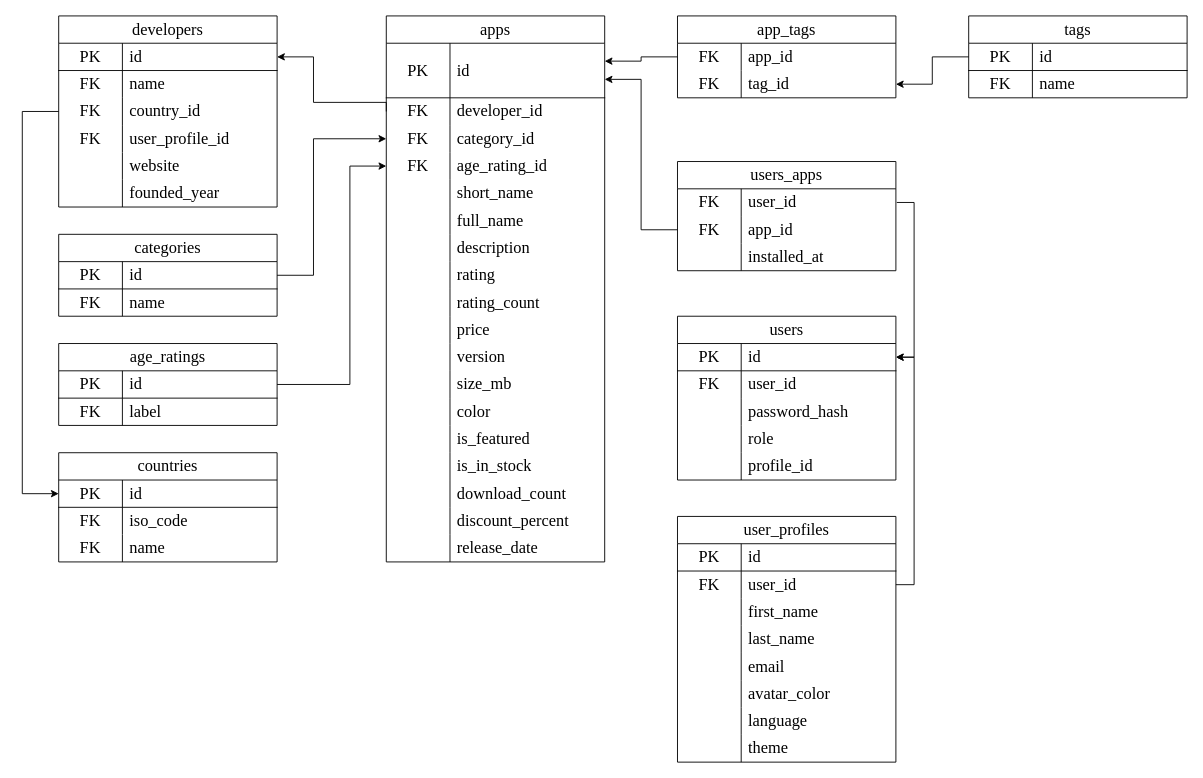
Earlier version of the draw.io diagram docs/UML/erd.drawio (martim-x/AppStore). Source tidied: cells renumbered, new cells numbered last; positions are measured from the earlier drawing's top-left corner, leaving out a move shared by most shapes. Both pictures are drawn from the tidied source at 91%, with x=0, y=0 at pixel (22, 15).
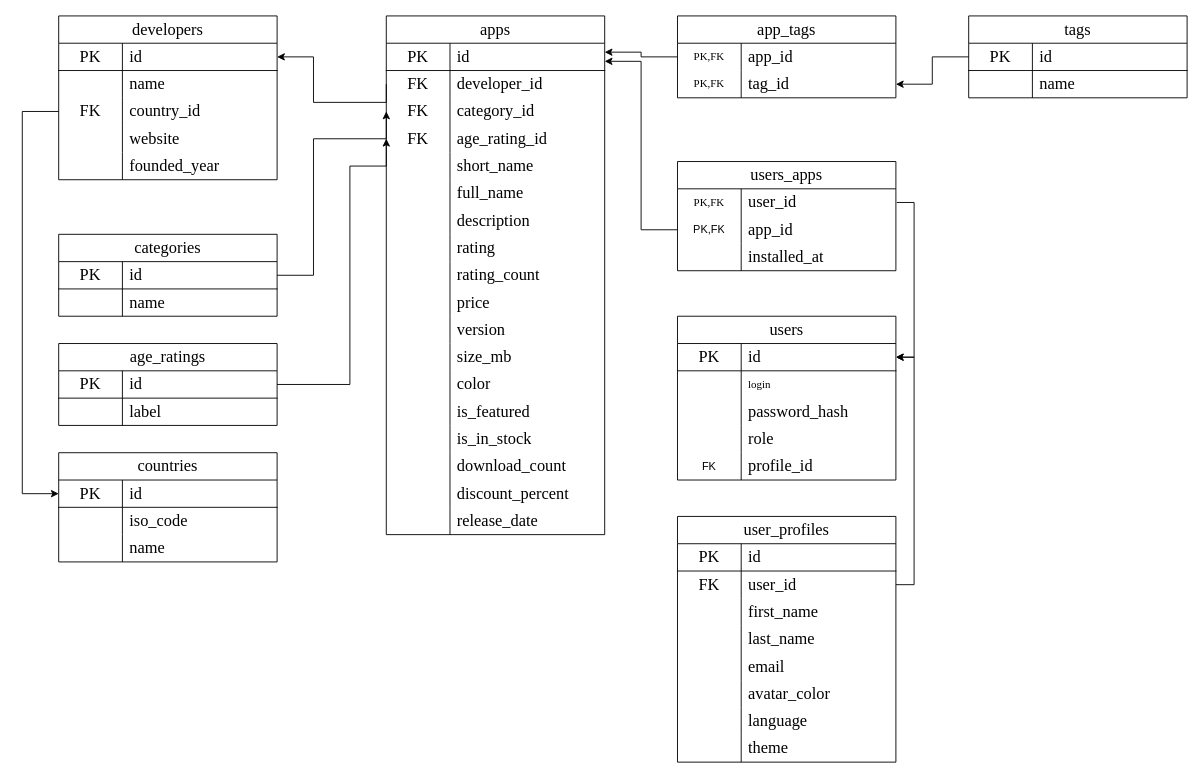
Above is the later version.

Commit message (it also covers changes not shown here):
docs(UML): разметка ключей в ERD и бабл «Управлять настройками»

Unchanged cells that the change refers to:
```xml
<mxCell id="31" style="shape=tableRow;horizontal=0;startSize=0;swimlaneHead=0;swimlaneBody=0;fillColor=none;top=0;left=0;right=0;bottom=0;html=1;" parent="27" vertex="1">
  <mxGeometry y="60" width="240" height="30" as="geometry" />
</mxCell>
<mxCell id="50" style="shape=tableRow;horizontal=0;startSize=0;swimlaneHead=0;swimlaneBody=0;fillColor=none;top=0;left=0;right=0;bottom=0;html=1;" parent="46" vertex="1">
  <mxGeometry y="60" width="240" height="30" as="geometry" />
</mxCell>
<mxCell id="53" style="shape=tableRow;horizontal=0;startSize=0;swimlaneHead=0;swimlaneBody=0;fillColor=none;top=0;left=0;right=0;bottom=0;html=1;" parent="46" vertex="1">
  <mxGeometry y="90" width="240" height="30" as="geometry" />
</mxCell>
<mxCell id="60" style="shape=tableRow;horizontal=0;startSize=0;swimlaneHead=0;swimlaneBody=0;fillColor=none;top=0;left=0;right=0;bottom=0;html=1;" parent="56" vertex="1">
  <mxGeometry y="60" width="240" height="30" as="geometry" />
</mxCell>
<mxCell id="67" style="shape=tableRow;horizontal=0;startSize=0;swimlaneHead=0;swimlaneBody=0;fillColor=none;top=0;left=0;right=0;bottom=0;html=1;" parent="63" vertex="1">
  <mxGeometry y="60" width="240" height="30" as="geometry" />
</mxCell>
<mxCell id="71" style="shape=tableRow;horizontal=0;startSize=0;swimlaneHead=0;swimlaneBody=0;fillColor=none;points=[[0,0.5],[1,0.5]];portConstraint=eastwest;top=0;left=0;right=0;bottom=0;html=1;" parent="70" vertex="1">
  <mxGeometry y="30" width="240" height="30" as="geometry" />
</mxCell>
<mxCell id="74" style="shape=tableRow;horizontal=0;startSize=0;swimlaneHead=0;swimlaneBody=0;fillColor=none;points=[[0,0.5],[1,0.5]];portConstraint=eastwest;top=0;left=0;right=0;bottom=0;html=1;" parent="70" vertex="1">
  <mxGeometry y="60" width="240" height="30" as="geometry" />
</mxCell>
<mxCell id="81" style="shape=tableRow;horizontal=0;startSize=0;swimlaneHead=0;swimlaneBody=0;fillColor=none;top=0;left=0;right=0;bottom=0;html=1;" parent="77" vertex="1">
  <mxGeometry y="60" width="240" height="30" as="geometry" />
</mxCell>
<mxCell id="90" style="shape=tableRow;horizontal=0;startSize=0;swimlaneHead=0;swimlaneBody=0;fillColor=none;top=0;left=0;right=0;bottom=0;html=1;" parent="77" vertex="1">
  <mxGeometry y="150" width="240" height="30" as="geometry" />
</mxCell>
<mxCell id="95" style="shape=tableRow;horizontal=0;startSize=0;swimlaneHead=0;swimlaneBody=0;fillColor=none;points=[[0,0.5],[1,0.5]];portConstraint=eastwest;top=0;left=0;right=0;bottom=0;html=1;strokeColor=inherit;perimeterSpacing=1;" parent="94" vertex="1">
  <mxGeometry y="30" width="240" height="30" as="geometry" />
</mxCell>
<mxCell id="98" style="shape=tableRow;horizontal=0;startSize=0;swimlaneHead=0;swimlaneBody=0;fillColor=none;points=[[0,0.5],[1,0.5]];portConstraint=eastwest;top=0;left=0;right=0;bottom=0;html=1;" parent="94" vertex="1">
  <mxGeometry y="60" width="240" height="30" as="geometry" />
</mxCell>
<mxCell id="108" style="shape=tableRow;horizontal=0;startSize=0;swimlaneHead=0;swimlaneBody=0;fillColor=none;top=0;left=0;right=0;bottom=0;html=1;" parent="104" vertex="1">
  <mxGeometry y="60" width="240" height="30" as="geometry" />
</mxCell>
```

What changed in the source:
```diff
@@
     <mxCell id="27" value="&lt;div style=&quot;text-align: left;&quot;&gt;&lt;span style=&quot;background-color: transparent; color: light-dark(#000000, var(--ge-light-color, #ffffff)); text-wrap-mode: nowrap;&quot;&gt;developers&lt;/span&gt;&lt;/div&gt;" style="shape=table;startSize=30;childLayout=tableLayout;rowLines=0;fontStyle=0;align=center;html=1;whiteSpace=wrap;fontFamily=Times New Roman;fontSize=18;" parent="1" vertex="1">
-      <mxGeometry x="40" width="240" height="210" as="geometry" />
+      <mxGeometry x="40" width="240" height="180" as="geometry" />
     </mxCell>
@@
-    <mxCell id="32" value="&lt;font style=&quot;font-size: 18px;&quot;&gt;FK&lt;/font&gt;" style="shape=partialRectangle;fillColor=none;top=0;left=0;bottom=0;right=0;overflow=hidden;html=1;whiteSpace=wrap;fontFamily=Times New Roman;" parent="31" vertex="1">
+    <mxCell id="32" style="shape=partialRectangle;fillColor=none;top=0;left=0;bottom=0;right=0;overflow=hidden;html=1;whiteSpace=wrap;fontFamily=Times New Roman;" parent="31" vertex="1">
       <mxGeometry width="70" height="30" as="geometry" />
     </mxCell>
@@
-    <mxCell id="37" style="shape=tableRow;horizontal=0;startSize=0;swimlaneHead=0;swimlaneBody=0;fillColor=none;top=0;left=0;right=0;bottom=0;html=1;" parent="27" vertex="1">
-      <mxGeometry y="120" width="240" height="30" as="geometry" />
-    </mxCell>
-    <mxCell id="38" value="&lt;font style=&quot;font-size: 18px;&quot;&gt;FK&lt;/font&gt;" style="shape=partialRectangle;fillColor=none;top=0;left=0;bottom=0;right=0;overflow=hidden;html=1;whiteSpace=wrap;fontFamily=Times New Roman;" parent="37" vertex="1">
-      <mxGeometry width="70" height="30" as="geometry" />
-    </mxCell>
-    <mxCell id="39" value="user_profile_id" style="shape=partialRectangle;fillColor=none;top=0;left=0;bottom=0;right=0;align=left;spacingLeft=6;overflow=hidden;html=1;whiteSpace=wrap;fontSize=18;fontFamily=Times New Roman;" parent="37" vertex="1">
-      <mxGeometry x="70" width="170" height="30" as="geometry" />
-    </mxCell>
     <mxCell id="40" style="shape=tableRow;horizontal=0;startSize=0;swimlaneHead=0;swimlaneBody=0;fillColor=none;top=0;left=0;right=0;bottom=0;html=1;" parent="27" vertex="1">
-      <mxGeometry y="150" width="240" height="30" as="geometry" />
+      <mxGeometry y="120" width="240" height="30" as="geometry" />
     </mxCell>
@@
     <mxCell id="43" style="shape=tableRow;horizontal=0;startSize=0;swimlaneHead=0;swimlaneBody=0;fillColor=none;top=0;left=0;right=0;bottom=0;html=1;" parent="27" vertex="1">
-      <mxGeometry y="180" width="240" height="30" as="geometry" />
+      <mxGeometry y="150" width="240" height="30" as="geometry" />
     </mxCell>
@@
-    <mxCell id="51" value="&lt;font style=&quot;font-size: 18px;&quot;&gt;FK&lt;/font&gt;" style="shape=partialRectangle;fillColor=none;top=0;left=0;bottom=0;right=0;overflow=hidden;html=1;whiteSpace=wrap;fontFamily=Times New Roman;" parent="50" vertex="1">
+    <mxCell id="51" style="shape=partialRectangle;fillColor=none;top=0;left=0;bottom=0;right=0;overflow=hidden;html=1;whiteSpace=wrap;fontFamily=Times New Roman;" parent="50" vertex="1">
       <mxGeometry width="70" height="30" as="geometry" />
     </mxCell>
@@
-    <mxCell id="54" value="&lt;font style=&quot;font-size: 18px;&quot;&gt;FK&lt;/font&gt;" style="shape=partialRectangle;fillColor=none;top=0;left=0;bottom=0;right=0;overflow=hidden;html=1;whiteSpace=wrap;fontFamily=Times New Roman;" parent="53" vertex="1">
+    <mxCell id="54" style="shape=partialRectangle;fillColor=none;top=0;left=0;bottom=0;right=0;overflow=hidden;html=1;whiteSpace=wrap;fontFamily=Times New Roman;" parent="53" vertex="1">
       <mxGeometry width="70" height="30" as="geometry" />
     </mxCell>
@@
-    <mxCell id="61" value="&lt;font style=&quot;font-size: 18px;&quot;&gt;FK&lt;/font&gt;" style="shape=partialRectangle;fillColor=none;top=0;left=0;bottom=0;right=0;overflow=hidden;html=1;whiteSpace=wrap;fontFamily=Times New Roman;" parent="60" vertex="1">
+    <mxCell id="61" style="shape=partialRectangle;fillColor=none;top=0;left=0;bottom=0;right=0;overflow=hidden;html=1;whiteSpace=wrap;fontFamily=Times New Roman;" parent="60" vertex="1">
       <mxGeometry width="70" height="30" as="geometry" />
     </mxCell>
@@
-    <mxCell id="68" value="&lt;font style=&quot;font-size: 18px;&quot;&gt;FK&lt;/font&gt;" style="shape=partialRectangle;fillColor=none;top=0;left=0;bottom=0;right=0;overflow=hidden;html=1;whiteSpace=wrap;fontFamily=Times New Roman;" parent="67" vertex="1">
+    <mxCell id="68" style="shape=partialRectangle;fillColor=none;top=0;left=0;bottom=0;right=0;overflow=hidden;html=1;whiteSpace=wrap;fontFamily=Times New Roman;" parent="67" vertex="1">
       <mxGeometry width="70" height="30" as="geometry" />
     </mxCell>
@@
-    <mxCell id="72" value="&lt;font style=&quot;font-size: 18px;&quot;&gt;FK&lt;/font&gt;" style="shape=partialRectangle;fillColor=none;top=0;left=0;bottom=0;right=0;overflow=hidden;html=1;whiteSpace=wrap;fontFamily=Times New Roman;" parent="71" vertex="1">
+    <mxCell id="72" value="PK,FK" style="shape=partialRectangle;fillColor=none;top=0;left=0;bottom=0;right=0;overflow=hidden;html=1;whiteSpace=wrap;fontFamily=Times New Roman;" parent="71" vertex="1">
       <mxGeometry width="70" height="30" as="geometry" />
     </mxCell>
@@
-    <mxCell id="75" value="&lt;font style=&quot;font-size: 18px;&quot;&gt;FK&lt;/font&gt;" style="shape=partialRectangle;fillColor=none;top=0;left=0;bottom=0;right=0;overflow=hidden;html=1;whiteSpace=wrap;fontFamily=Times New Roman;" parent="74" vertex="1">
+    <mxCell id="75" value="PK,FK" style="shape=partialRectangle;fillColor=none;top=0;left=0;bottom=0;right=0;overflow=hidden;html=1;whiteSpace=wrap;fontFamily=Times New Roman;" parent="74" vertex="1">
       <mxGeometry width="70" height="30" as="geometry" />
     </mxCell>
@@
-    <mxCell id="82" value="&lt;font style=&quot;font-size: 18px;&quot;&gt;FK&lt;/font&gt;" style="shape=partialRectangle;fillColor=none;top=0;left=0;bottom=0;right=0;overflow=hidden;html=1;whiteSpace=wrap;fontFamily=Times New Roman;" parent="81" vertex="1">
+    <mxCell id="82" style="shape=partialRectangle;fillColor=none;top=0;left=0;bottom=0;right=0;overflow=hidden;html=1;whiteSpace=wrap;fontFamily=Times New Roman;" parent="81" vertex="1">
       <mxGeometry width="70" height="30" as="geometry" />
     </mxCell>
-    <mxCell id="83" value="&lt;font style=&quot;font-size: 18px;&quot;&gt;user_id&lt;/font&gt;" style="shape=partialRectangle;fillColor=none;top=0;left=0;bottom=0;right=0;align=left;spacingLeft=6;overflow=hidden;html=1;whiteSpace=wrap;fontFamily=Times New Roman;" parent="81" vertex="1">
+    <mxCell id="83" value="login" style="shape=partialRectangle;fillColor=none;top=0;left=0;bottom=0;right=0;align=left;spacingLeft=6;overflow=hidden;html=1;whiteSpace=wrap;fontFamily=Times New Roman;" parent="81" vertex="1">
       <mxGeometry x="70" width="170" height="30" as="geometry" />
     </mxCell>
@@
-    <mxCell id="91" style="shape=partialRectangle;fillColor=none;top=0;left=0;bottom=0;right=0;overflow=hidden;html=1;whiteSpace=wrap;" parent="90" vertex="1">
+    <mxCell id="91" value="FK" style="shape=partialRectangle;fillColor=none;top=0;left=0;bottom=0;right=0;overflow=hidden;html=1;whiteSpace=wrap;" parent="90" vertex="1">
       <mxGeometry width="70" height="30" as="geometry" />
     </mxCell>
@@
-    <mxCell id="96" value="&lt;font style=&quot;font-size: 18px;&quot;&gt;FK&lt;/font&gt;" style="shape=partialRectangle;fillColor=none;top=0;left=0;bottom=0;right=0;overflow=hidden;html=1;whiteSpace=wrap;fontFamily=Times New Roman;" parent="95" vertex="1">
+    <mxCell id="96" value="PK,FK" style="shape=partialRectangle;fillColor=none;top=0;left=0;bottom=0;right=0;overflow=hidden;html=1;whiteSpace=wrap;fontFamily=Times New Roman;" parent="95" vertex="1">
       <mxGeometry width="70" height="30" as="geometry" />
     </mxCell>
@@
-    <mxCell id="99" value="&lt;font face=&quot;Times New Roman&quot; style=&quot;font-size: 18px;&quot;&gt;FK&lt;/font&gt;" style="shape=partialRectangle;fillColor=none;top=0;left=0;bottom=0;right=0;overflow=hidden;html=1;whiteSpace=wrap;" parent="98" vertex="1">
+    <mxCell id="99" value="PK,FK" style="shape=partialRectangle;fillColor=none;top=0;left=0;bottom=0;right=0;overflow=hidden;html=1;whiteSpace=wrap;" parent="98" vertex="1">
       <mxGeometry width="70" height="30" as="geometry" />
     </mxCell>
@@
-    <mxCell id="109" value="&lt;font style=&quot;font-size: 18px;&quot;&gt;FK&lt;/font&gt;" style="shape=partialRectangle;fillColor=none;top=0;left=0;bottom=0;right=0;overflow=hidden;html=1;whiteSpace=wrap;fontFamily=Times New Roman;" parent="108" vertex="1">
+    <mxCell id="109" style="shape=partialRectangle;fillColor=none;top=0;left=0;bottom=0;right=0;overflow=hidden;html=1;whiteSpace=wrap;fontFamily=Times New Roman;" parent="108" vertex="1">
       <mxGeometry width="70" height="30" as="geometry" />
     </mxCell>
@@
     <mxCell id="112" value="&lt;div style=&quot;text-align: left;&quot;&gt;&lt;span style=&quot;background-color: transparent; color: light-dark(#000000, var(--ge-light-color, #ffffff)); text-wrap-mode: nowrap;&quot;&gt;apps&lt;/span&gt;&lt;/div&gt;" style="shape=table;startSize=30;childLayout=tableLayout;rowLines=0;fontStyle=0;align=center;html=1;whiteSpace=wrap;fontFamily=Times New Roman;fontSize=18;" parent="1" vertex="1">
-      <mxGeometry x="400" width="240" height="600" as="geometry" />
+      <mxGeometry x="400" width="240" height="570" as="geometry" />
     </mxCell>
     <mxCell id="113" style="shape=tableRow;horizontal=0;startSize=0;swimlaneHead=0;swimlaneBody=0;fillColor=none;points=[[0,0.5],[1,0.5]];portConstraint=eastwest;top=0;left=0;right=0;bottom=1;html=1;" parent="112" vertex="1">
-      <mxGeometry y="30" width="240" height="60" as="geometry" />
+      <mxGeometry y="30" width="240" height="30" as="geometry" />
     </mxCell>
     <mxCell id="114" value="&lt;font face=&quot;Times New Roman&quot; style=&quot;font-size: 18px;&quot;&gt;PK&lt;/font&gt;" style="shape=partialRectangle;fillColor=none;top=0;left=0;bottom=0;right=0;fontStyle=0;overflow=hidden;html=1;whiteSpace=wrap;" parent="113" vertex="1">
-      <mxGeometry width="70" height="60" as="geometry" />
+      <mxGeometry width="70" height="30" as="geometry" />
     </mxCell>
     <mxCell id="115" value="&lt;font face=&quot;Times New Roman&quot; style=&quot;font-size: 18px;&quot;&gt;id&lt;/font&gt;" style="shape=partialRectangle;fillColor=none;top=0;left=0;bottom=0;right=0;align=left;spacingLeft=6;fontStyle=0;overflow=hidden;html=1;whiteSpace=wrap;" parent="113" vertex="1">
-      <mxGeometry x="70" width="170" height="60" as="geometry" />
+      <mxGeometry x="70" width="170" height="30" as="geometry" />
     </mxCell>
     <mxCell id="116" style="shape=tableRow;horizontal=0;startSize=0;swimlaneHead=0;swimlaneBody=0;fillColor=none;points=[[0,0.5],[1,0.5]];portConstraint=eastwest;top=0;left=0;right=0;bottom=0;html=1;" parent="112" vertex="1">
-      <mxGeometry y="90" width="240" height="30" as="geometry" />
+      <mxGeometry y="60" width="240" height="30" as="geometry" />
     </mxCell>
@@
     <mxCell id="119" style="shape=tableRow;horizontal=0;startSize=0;swimlaneHead=0;swimlaneBody=0;fillColor=none;points=[[0,0.5],[1,0.5]];portConstraint=eastwest;top=0;left=0;right=0;bottom=0;html=1;" parent="112" vertex="1">
-      <mxGeometry y="120" width="240" height="30" as="geometry" />
+      <mxGeometry y="90" width="240" height="30" as="geometry" />
     </mxCell>
@@
     <mxCell id="122" style="shape=tableRow;horizontal=0;startSize=0;swimlaneHead=0;swimlaneBody=0;fillColor=none;points=[[0,0.5],[1,0.5]];portConstraint=eastwest;top=0;left=0;right=0;bottom=0;html=1;" parent="112" vertex="1">
-      <mxGeometry y="150" width="240" height="30" as="geometry" />
+      <mxGeometry y="120" width="240" height="30" as="geometry" />
     </mxCell>
@@
     <mxCell id="125" style="shape=tableRow;horizontal=0;startSize=0;swimlaneHead=0;swimlaneBody=0;fillColor=none;top=0;left=0;right=0;bottom=0;html=1;" parent="112" vertex="1">
-      <mxGeometry y="180" width="240" height="30" as="geometry" />
+      <mxGeometry y="150" width="240" height="30" as="geometry" />
     </mxCell>
@@
     <mxCell id="128" style="shape=tableRow;horizontal=0;startSize=0;swimlaneHead=0;swimlaneBody=0;fillColor=none;top=0;left=0;right=0;bottom=0;html=1;" parent="112" vertex="1">
-      <mxGeometry y="210" width="240" height="30" as="geometry" />
+      <mxGeometry y="180" width="240" height="30" as="geometry" />
     </mxCell>
@@
     <mxCell id="131" style="shape=tableRow;horizontal=0;startSize=0;swimlaneHead=0;swimlaneBody=0;fillColor=none;top=0;left=0;right=0;bottom=0;html=1;" parent="112" vertex="1">
-      <mxGeometry y="240" width="240" height="30" as="geometry" />
+      <mxGeometry y="210" width="240" height="30" as="geometry" />
     </mxCell>
@@
     <mxCell id="134" style="shape=tableRow;horizontal=0;startSize=0;swimlaneHead=0;swimlaneBody=0;fillColor=none;top=0;left=0;right=0;bottom=0;html=1;" parent="112" vertex="1">
-      <mxGeometry y="270" width="240" height="30" as="geometry" />
+      <mxGeometry y="240" width="240" height="30" as="geometry" />
     </mxCell>
@@
     <mxCell id="137" style="shape=tableRow;horizontal=0;startSize=0;swimlaneHead=0;swimlaneBody=0;fillColor=none;top=0;left=0;right=0;bottom=0;html=1;" parent="112" vertex="1">
-      <mxGeometry y="300" width="240" height="30" as="geometry" />
+      <mxGeometry y="270" width="240" height="30" as="geometry" />
     </mxCell>
@@
     <mxCell id="140" style="shape=tableRow;horizontal=0;startSize=0;swimlaneHead=0;swimlaneBody=0;fillColor=none;top=0;left=0;right=0;bottom=0;html=1;" parent="112" vertex="1">
-      <mxGeometry y="330" width="240" height="30" as="geometry" />
+      <mxGeometry y="300" width="240" height="30" as="geometry" />
     </mxCell>
@@
     <mxCell id="143" style="shape=tableRow;horizontal=0;startSize=0;swimlaneHead=0;swimlaneBody=0;fillColor=none;top=0;left=0;right=0;bottom=0;html=1;" parent="112" vertex="1">
-      <mxGeometry y="360" width="240" height="30" as="geometry" />
+      <mxGeometry y="330" width="240" height="30" as="geometry" />
     </mxCell>
@@
     <mxCell id="146" style="shape=tableRow;horizontal=0;startSize=0;swimlaneHead=0;swimlaneBody=0;fillColor=none;top=0;left=0;right=0;bottom=0;html=1;" parent="112" vertex="1">
-      <mxGeometry y="390" width="240" height="30" as="geometry" />
+      <mxGeometry y="360" width="240" height="30" as="geometry" />
     </mxCell>
@@
     <mxCell id="149" style="shape=tableRow;horizontal=0;startSize=0;swimlaneHead=0;swimlaneBody=0;fillColor=none;top=0;left=0;right=0;bottom=0;html=1;" parent="112" vertex="1">
-      <mxGeometry y="420" width="240" height="30" as="geometry" />
+      <mxGeometry y="390" width="240" height="30" as="geometry" />
     </mxCell>
@@
     <mxCell id="152" style="shape=tableRow;horizontal=0;startSize=0;swimlaneHead=0;swimlaneBody=0;fillColor=none;top=0;left=0;right=0;bottom=0;html=1;" parent="112" vertex="1">
-      <mxGeometry y="450" width="240" height="30" as="geometry" />
+      <mxGeometry y="420" width="240" height="30" as="geometry" />
     </mxCell>
@@
     <mxCell id="155" style="shape=tableRow;horizontal=0;startSize=0;swimlaneHead=0;swimlaneBody=0;fillColor=none;top=0;left=0;right=0;bottom=0;html=1;" parent="112" vertex="1">
-      <mxGeometry y="480" width="240" height="30" as="geometry" />
+      <mxGeometry y="450" width="240" height="30" as="geometry" />
     </mxCell>
@@
     <mxCell id="158" style="shape=tableRow;horizontal=0;startSize=0;swimlaneHead=0;swimlaneBody=0;fillColor=none;top=0;left=0;right=0;bottom=0;html=1;" parent="112" vertex="1">
-      <mxGeometry y="510" width="240" height="30" as="geometry" />
+      <mxGeometry y="480" width="240" height="30" as="geometry" />
     </mxCell>
@@
     <mxCell id="161" style="shape=tableRow;horizontal=0;startSize=0;swimlaneHead=0;swimlaneBody=0;fillColor=none;top=0;left=0;right=0;bottom=0;html=1;" parent="112" vertex="1">
-      <mxGeometry y="540" width="240" height="30" as="geometry" />
+      <mxGeometry y="510" width="240" height="30" as="geometry" />
     </mxCell>
@@
     <mxCell id="164" style="shape=tableRow;horizontal=0;startSize=0;swimlaneHead=0;swimlaneBody=0;fillColor=none;top=0;left=0;right=0;bottom=0;html=1;" parent="112" vertex="1">
-      <mxGeometry y="570" width="240" height="30" as="geometry" />
+      <mxGeometry y="540" width="240" height="30" as="geometry" />
     </mxCell>
```
